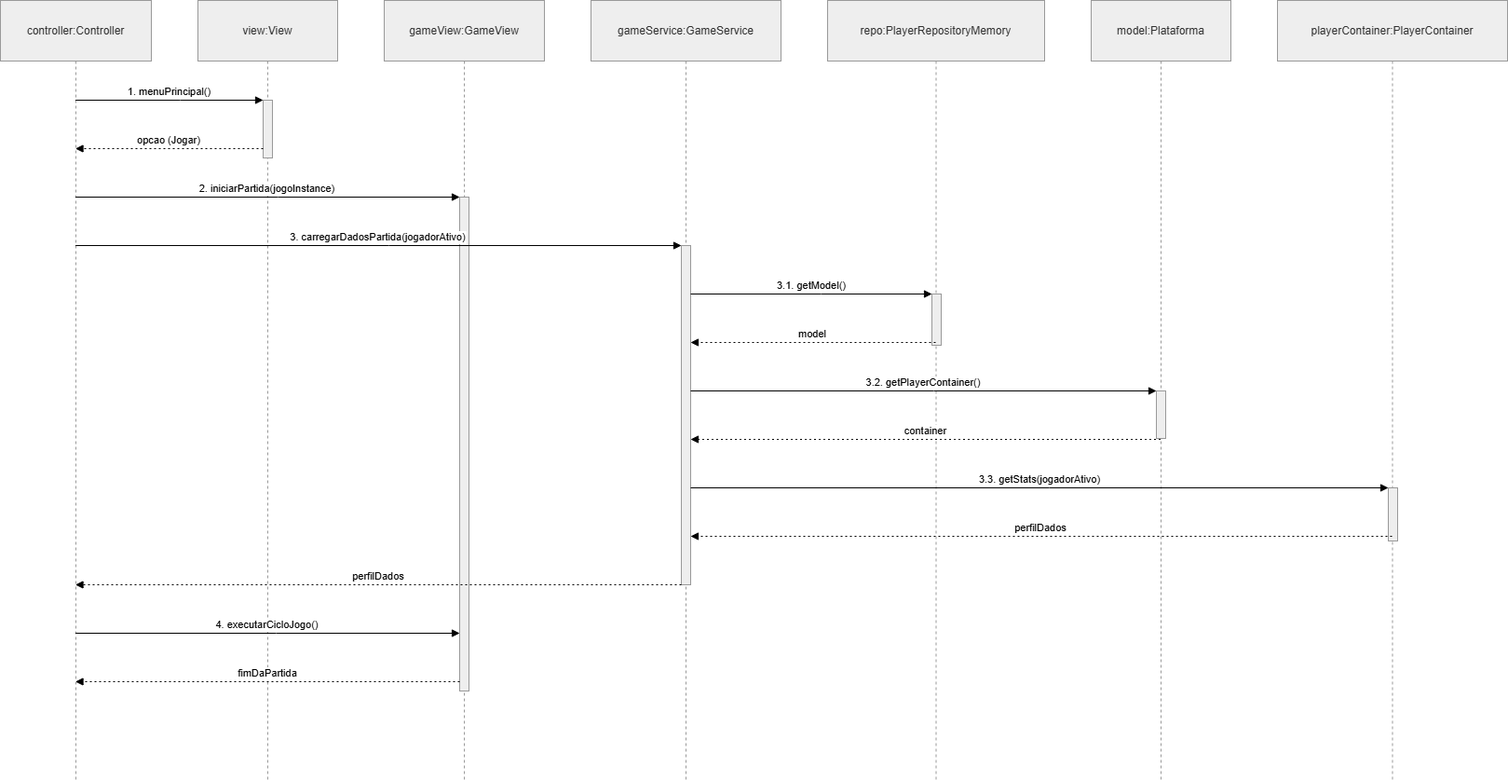
Sw33t23/fsoft2026_1DA_1 keeps this draw.io diagram as Iteração2/PNG Diagrams/UC4.1.png. Above is the earlier version. Source tidied: cells renumbered, new cells last; positions are measured from the earlier drawing's top-left corner, leaving out a move shared by most shapes.
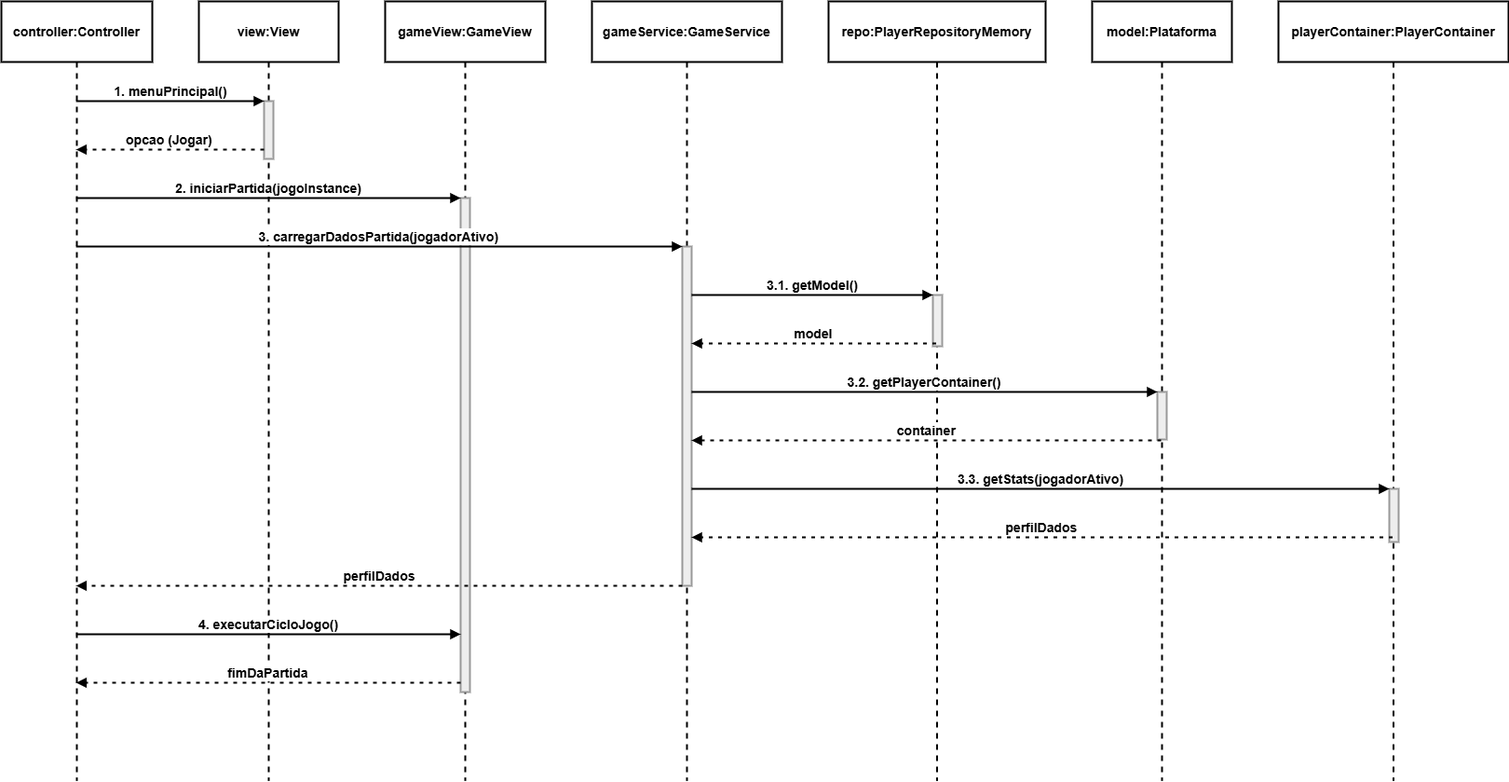
After the commit.

The edit, as a diff of the source:
```diff
@@ -2,130 +2,130 @@
   <root>
     <mxCell id="0" />
     <mxCell id="1" parent="0" />
-    <mxCell id="2" value="controller:Controller" style="shape=umlLifeline;perimeter=lifelinePerimeter;whiteSpace=wrap;outlineConnect=0;portConstraint=eastwest;newEdgeStyle={&quot;edgeStyle&quot;:&quot;elbowEdgeStyle&quot;,&quot;elbow&quot;:&quot;vertical&quot;,&quot;curved&quot;:0,&quot;rounded&quot;:0};size=65;fillColor=light-dark(#eeeeee,#1f2020);strokeColor=light-dark(#999999,#cccccc);fontColor=light-dark(#333333,#cccccc);" parent="1" vertex="1">
+    <mxCell id="2" value="controller:Controller" style="shape=umlLifeline;perimeter=lifelinePerimeter;whiteSpace=wrap;outlineConnect=0;portConstraint=eastwest;newEdgeStyle={&quot;edgeStyle&quot;:&quot;elbowEdgeStyle&quot;,&quot;elbow&quot;:&quot;vertical&quot;,&quot;curved&quot;:0,&quot;rounded&quot;:0};size=65;fillColor=none;strokeWidth=2;fontSize=14;fontStyle=1;" parent="1" vertex="1">
       <mxGeometry width="162" height="836" as="geometry" />
     </mxCell>
-    <mxCell id="3" value="view:View" style="shape=umlLifeline;perimeter=lifelinePerimeter;whiteSpace=wrap;newEdgeStyle={&quot;edgeStyle&quot;:&quot;elbowEdgeStyle&quot;,&quot;elbow&quot;:&quot;vertical&quot;,&quot;curved&quot;:0,&quot;rounded&quot;:0};size=65;fillColor=light-dark(#eeeeee,#1f2020);strokeColor=light-dark(#999999,#cccccc);fontColor=light-dark(#333333,#cccccc);" parent="1" vertex="1">
+    <mxCell id="3" value="view:View" style="shape=umlLifeline;perimeter=lifelinePerimeter;whiteSpace=wrap;newEdgeStyle={&quot;edgeStyle&quot;:&quot;elbowEdgeStyle&quot;,&quot;elbow&quot;:&quot;vertical&quot;,&quot;curved&quot;:0,&quot;rounded&quot;:0};size=65;fillColor=none;strokeWidth=2;fontSize=14;fontStyle=1;" parent="1" vertex="1">
       <mxGeometry x="212" width="150" height="836" as="geometry" />
     </mxCell>
-    <mxCell id="4" style="points=[];perimeter=orthogonalPerimeter;outlineConnect=0;targetShapes=umlLifeline;portConstraint=eastwest;newEdgeStyle={&quot;edgeStyle&quot;:&quot;elbowEdgeStyle&quot;,&quot;elbow&quot;:&quot;vertical&quot;,&quot;curved&quot;:0,&quot;rounded&quot;:0};fillColor=light-dark(#eeeeee,#1f2020);strokeColor=light-dark(#999999,#cccccc);fontColor=light-dark(#333333,#cccccc);" parent="3" vertex="1">
+    <mxCell id="4" style="points=[];perimeter=orthogonalPerimeter;outlineConnect=0;targetShapes=umlLifeline;portConstraint=eastwest;newEdgeStyle={&quot;edgeStyle&quot;:&quot;elbowEdgeStyle&quot;,&quot;elbow&quot;:&quot;vertical&quot;,&quot;curved&quot;:0,&quot;rounded&quot;:0};fillColor=light-dark(#eeeeee,#1f2020);strokeColor=light-dark(#999999,#cccccc);fontColor=light-dark(#333333,#cccccc);strokeWidth=2;fontSize=14;fontStyle=1;" parent="3" vertex="1">
       <mxGeometry x="70" y="107" width="10" height="62" as="geometry" />
     </mxCell>
-    <mxCell id="5" value="gameView:GameView" style="shape=umlLifeline;perimeter=lifelinePerimeter;whiteSpace=wrap;newEdgeStyle={&quot;edgeStyle&quot;:&quot;elbowEdgeStyle&quot;,&quot;elbow&quot;:&quot;vertical&quot;,&quot;curved&quot;:0,&quot;rounded&quot;:0};size=65;fillColor=light-dark(#eeeeee,#1f2020);strokeColor=light-dark(#999999,#cccccc);fontColor=light-dark(#333333,#cccccc);" parent="1" vertex="1">
+    <mxCell id="5" value="gameView:GameView" style="shape=umlLifeline;perimeter=lifelinePerimeter;whiteSpace=wrap;newEdgeStyle={&quot;edgeStyle&quot;:&quot;elbowEdgeStyle&quot;,&quot;elbow&quot;:&quot;vertical&quot;,&quot;curved&quot;:0,&quot;rounded&quot;:0};size=65;fillColor=none;strokeWidth=2;fontSize=14;fontStyle=1;" parent="1" vertex="1">
       <mxGeometry x="412" width="172" height="836" as="geometry" />
     </mxCell>
-    <mxCell id="6" style="points=[];perimeter=orthogonalPerimeter;outlineConnect=0;targetShapes=umlLifeline;portConstraint=eastwest;newEdgeStyle={&quot;edgeStyle&quot;:&quot;elbowEdgeStyle&quot;,&quot;elbow&quot;:&quot;vertical&quot;,&quot;curved&quot;:0,&quot;rounded&quot;:0};fillColor=light-dark(#eeeeee,#1f2020);strokeColor=light-dark(#999999,#cccccc);fontColor=light-dark(#333333,#cccccc);" parent="5" vertex="1">
+    <mxCell id="6" style="points=[];perimeter=orthogonalPerimeter;outlineConnect=0;targetShapes=umlLifeline;portConstraint=eastwest;newEdgeStyle={&quot;edgeStyle&quot;:&quot;elbowEdgeStyle&quot;,&quot;elbow&quot;:&quot;vertical&quot;,&quot;curved&quot;:0,&quot;rounded&quot;:0};fillColor=light-dark(#eeeeee,#1f2020);strokeColor=light-dark(#999999,#cccccc);fontColor=light-dark(#333333,#cccccc);strokeWidth=2;fontSize=14;fontStyle=1;" parent="5" vertex="1">
       <mxGeometry x="81" y="211" width="10" height="530" as="geometry" />
     </mxCell>
-    <mxCell id="7" value="gameService:GameService" style="shape=umlLifeline;perimeter=lifelinePerimeter;whiteSpace=wrap;newEdgeStyle={&quot;edgeStyle&quot;:&quot;elbowEdgeStyle&quot;,&quot;elbow&quot;:&quot;vertical&quot;,&quot;curved&quot;:0,&quot;rounded&quot;:0};size=65;fillColor=light-dark(#eeeeee,#1f2020);strokeColor=light-dark(#999999,#cccccc);fontColor=light-dark(#333333,#cccccc);" parent="1" vertex="1">
+    <mxCell id="7" value="gameService:GameService" style="shape=umlLifeline;perimeter=lifelinePerimeter;whiteSpace=wrap;newEdgeStyle={&quot;edgeStyle&quot;:&quot;elbowEdgeStyle&quot;,&quot;elbow&quot;:&quot;vertical&quot;,&quot;curved&quot;:0,&quot;rounded&quot;:0};size=65;fillColor=none;strokeWidth=2;fontSize=14;fontStyle=1;" parent="1" vertex="1">
       <mxGeometry x="634" width="204" height="836" as="geometry" />
     </mxCell>
-    <mxCell id="8" style="points=[];perimeter=orthogonalPerimeter;outlineConnect=0;targetShapes=umlLifeline;portConstraint=eastwest;newEdgeStyle={&quot;edgeStyle&quot;:&quot;elbowEdgeStyle&quot;,&quot;elbow&quot;:&quot;vertical&quot;,&quot;curved&quot;:0,&quot;rounded&quot;:0};fillColor=light-dark(#eeeeee,#1f2020);strokeColor=light-dark(#999999,#cccccc);fontColor=light-dark(#333333,#cccccc);" parent="7" vertex="1">
+    <mxCell id="8" style="points=[];perimeter=orthogonalPerimeter;outlineConnect=0;targetShapes=umlLifeline;portConstraint=eastwest;newEdgeStyle={&quot;edgeStyle&quot;:&quot;elbowEdgeStyle&quot;,&quot;elbow&quot;:&quot;vertical&quot;,&quot;curved&quot;:0,&quot;rounded&quot;:0};fillColor=light-dark(#eeeeee,#1f2020);strokeColor=light-dark(#999999,#cccccc);fontColor=light-dark(#333333,#cccccc);strokeWidth=2;fontSize=14;fontStyle=1;" parent="7" vertex="1">
       <mxGeometry x="97" y="263" width="10" height="364" as="geometry" />
     </mxCell>
-    <mxCell id="9" value="repo:PlayerRepositoryMemory" style="shape=umlLifeline;perimeter=lifelinePerimeter;whiteSpace=wrap;outlineConnect=0;portConstraint=eastwest;newEdgeStyle={&quot;edgeStyle&quot;:&quot;elbowEdgeStyle&quot;,&quot;elbow&quot;:&quot;vertical&quot;,&quot;curved&quot;:0,&quot;rounded&quot;:0};size=65;fillColor=light-dark(#eeeeee,#1f2020);strokeColor=light-dark(#999999,#cccccc);fontColor=light-dark(#333333,#cccccc);" parent="1" vertex="1">
+    <mxCell id="9" value="repo:PlayerRepositoryMemory" style="shape=umlLifeline;perimeter=lifelinePerimeter;whiteSpace=wrap;outlineConnect=0;portConstraint=eastwest;newEdgeStyle={&quot;edgeStyle&quot;:&quot;elbowEdgeStyle&quot;,&quot;elbow&quot;:&quot;vertical&quot;,&quot;curved&quot;:0,&quot;rounded&quot;:0};size=65;fillColor=none;strokeWidth=2;fontSize=14;fontStyle=1;" parent="1" vertex="1">
       <mxGeometry x="888" width="233" height="836" as="geometry" />
     </mxCell>
-    <mxCell id="10" style="points=[];perimeter=orthogonalPerimeter;outlineConnect=0;targetShapes=umlLifeline;portConstraint=eastwest;newEdgeStyle={&quot;edgeStyle&quot;:&quot;elbowEdgeStyle&quot;,&quot;elbow&quot;:&quot;vertical&quot;,&quot;curved&quot;:0,&quot;rounded&quot;:0};fillColor=light-dark(#eeeeee,#1f2020);strokeColor=light-dark(#999999,#cccccc);fontColor=light-dark(#333333,#cccccc);" parent="9" vertex="1">
+    <mxCell id="10" style="points=[];perimeter=orthogonalPerimeter;outlineConnect=0;targetShapes=umlLifeline;portConstraint=eastwest;newEdgeStyle={&quot;edgeStyle&quot;:&quot;elbowEdgeStyle&quot;,&quot;elbow&quot;:&quot;vertical&quot;,&quot;curved&quot;:0,&quot;rounded&quot;:0};fillColor=light-dark(#eeeeee,#1f2020);strokeColor=light-dark(#999999,#cccccc);fontColor=light-dark(#333333,#cccccc);strokeWidth=2;fontSize=14;fontStyle=1;" parent="9" vertex="1">
       <mxGeometry x="112" y="315" width="10" height="55" as="geometry" />
     </mxCell>
-    <mxCell id="11" value="model:Plataforma" style="shape=umlLifeline;perimeter=lifelinePerimeter;whiteSpace=wrap;outlineConnect=0;portConstraint=eastwest;newEdgeStyle={&quot;edgeStyle&quot;:&quot;elbowEdgeStyle&quot;,&quot;elbow&quot;:&quot;vertical&quot;,&quot;curved&quot;:0,&quot;rounded&quot;:0};size=65;fillColor=light-dark(#eeeeee,#1f2020);strokeColor=light-dark(#999999,#cccccc);fontColor=light-dark(#333333,#cccccc);" parent="1" vertex="1">
+    <mxCell id="11" value="model:Plataforma" style="shape=umlLifeline;perimeter=lifelinePerimeter;whiteSpace=wrap;outlineConnect=0;portConstraint=eastwest;newEdgeStyle={&quot;edgeStyle&quot;:&quot;elbowEdgeStyle&quot;,&quot;elbow&quot;:&quot;vertical&quot;,&quot;curved&quot;:0,&quot;rounded&quot;:0};size=65;fillColor=none;strokeWidth=2;fontSize=14;fontStyle=1;" parent="1" vertex="1">
       <mxGeometry x="1171" width="150" height="836" as="geometry" />
     </mxCell>
-    <mxCell id="12" style="points=[];perimeter=orthogonalPerimeter;outlineConnect=0;targetShapes=umlLifeline;portConstraint=eastwest;newEdgeStyle={&quot;edgeStyle&quot;:&quot;elbowEdgeStyle&quot;,&quot;elbow&quot;:&quot;vertical&quot;,&quot;curved&quot;:0,&quot;rounded&quot;:0};fillColor=light-dark(#eeeeee,#1f2020);strokeColor=light-dark(#999999,#cccccc);fontColor=light-dark(#333333,#cccccc);" parent="11" vertex="1">
+    <mxCell id="12" style="points=[];perimeter=orthogonalPerimeter;outlineConnect=0;targetShapes=umlLifeline;portConstraint=eastwest;newEdgeStyle={&quot;edgeStyle&quot;:&quot;elbowEdgeStyle&quot;,&quot;elbow&quot;:&quot;vertical&quot;,&quot;curved&quot;:0,&quot;rounded&quot;:0};fillColor=light-dark(#eeeeee,#1f2020);strokeColor=light-dark(#999999,#cccccc);fontColor=light-dark(#333333,#cccccc);strokeWidth=2;fontSize=14;fontStyle=1;" parent="11" vertex="1">
       <mxGeometry x="70" y="419" width="10" height="51" as="geometry" />
     </mxCell>
-    <mxCell id="13" value="playerContainer:PlayerContainer" style="shape=umlLifeline;perimeter=lifelinePerimeter;whiteSpace=wrap;outlineConnect=0;portConstraint=eastwest;newEdgeStyle={&quot;edgeStyle&quot;:&quot;elbowEdgeStyle&quot;,&quot;elbow&quot;:&quot;vertical&quot;,&quot;curved&quot;:0,&quot;rounded&quot;:0};size=65;fillColor=light-dark(#eeeeee,#1f2020);strokeColor=light-dark(#999999,#cccccc);fontColor=light-dark(#333333,#cccccc);" parent="1" vertex="1">
+    <mxCell id="13" value="playerContainer:PlayerContainer" style="shape=umlLifeline;perimeter=lifelinePerimeter;whiteSpace=wrap;outlineConnect=0;portConstraint=eastwest;newEdgeStyle={&quot;edgeStyle&quot;:&quot;elbowEdgeStyle&quot;,&quot;elbow&quot;:&quot;vertical&quot;,&quot;curved&quot;:0,&quot;rounded&quot;:0};size=65;fillColor=none;strokeWidth=2;fontSize=14;fontStyle=1;" parent="1" vertex="1">
       <mxGeometry x="1371" width="247" height="836" as="geometry" />
     </mxCell>
-    <mxCell id="14" style="points=[];perimeter=orthogonalPerimeter;outlineConnect=0;targetShapes=umlLifeline;portConstraint=eastwest;newEdgeStyle={&quot;edgeStyle&quot;:&quot;elbowEdgeStyle&quot;,&quot;elbow&quot;:&quot;vertical&quot;,&quot;curved&quot;:0,&quot;rounded&quot;:0};fillColor=light-dark(#eeeeee,#1f2020);strokeColor=light-dark(#999999,#cccccc);fontColor=light-dark(#333333,#cccccc);" parent="13" vertex="1">
+    <mxCell id="14" style="points=[];perimeter=orthogonalPerimeter;outlineConnect=0;targetShapes=umlLifeline;portConstraint=eastwest;newEdgeStyle={&quot;edgeStyle&quot;:&quot;elbowEdgeStyle&quot;,&quot;elbow&quot;:&quot;vertical&quot;,&quot;curved&quot;:0,&quot;rounded&quot;:0};fillColor=light-dark(#eeeeee,#1f2020);strokeColor=light-dark(#999999,#cccccc);fontColor=light-dark(#333333,#cccccc);strokeWidth=2;fontSize=14;fontStyle=1;" parent="13" vertex="1">
       <mxGeometry x="119" y="523" width="10" height="57" as="geometry" />
     </mxCell>
-    <mxCell id="15" value="1. menuPrincipal()" style="verticalAlign=bottom;edgeStyle=elbowEdgeStyle;elbow=vertical;curved=0;rounded=0;endArrow=block;" parent="1" edge="1" source="2" target="4">
+    <mxCell id="15" value="1. menuPrincipal()" style="verticalAlign=bottom;edgeStyle=elbowEdgeStyle;elbow=vertical;curved=0;rounded=0;endArrow=block;strokeWidth=2;fontSize=14;fontStyle=1;" parent="1" edge="1" source="2" target="4">
       <mxGeometry relative="1" as="geometry">
         <Array as="points">
           <mxPoint x="193" y="107" />
         </Array>
       </mxGeometry>
     </mxCell>
-    <mxCell id="16" value="opcao (Jogar)" style="verticalAlign=bottom;edgeStyle=elbowEdgeStyle;elbow=vertical;curved=0;rounded=0;dashed=1;dashPattern=2 3;endArrow=block;" parent="1" edge="1" source="4" target="2">
+    <mxCell id="16" value="opcao (Jogar)" style="verticalAlign=bottom;edgeStyle=elbowEdgeStyle;elbow=vertical;curved=0;rounded=0;dashed=1;dashPattern=2 3;endArrow=block;strokeWidth=2;fontSize=14;fontStyle=1;" parent="1" edge="1" source="4" target="2">
       <mxGeometry relative="1" as="geometry">
         <Array as="points">
           <mxPoint x="194" y="159" />
         </Array>
       </mxGeometry>
     </mxCell>
-    <mxCell id="17" value="2. iniciarPartida(jogoInstance)" style="verticalAlign=bottom;edgeStyle=elbowEdgeStyle;elbow=vertical;curved=0;rounded=0;endArrow=block;" parent="1" edge="1" source="2" target="6">
+    <mxCell id="17" value="2. iniciarPartida(jogoInstance)" style="verticalAlign=bottom;edgeStyle=elbowEdgeStyle;elbow=vertical;curved=0;rounded=0;endArrow=block;strokeWidth=2;fontSize=14;fontStyle=1;" parent="1" edge="1" source="2" target="6">
       <mxGeometry relative="1" as="geometry">
         <Array as="points">
           <mxPoint x="298" y="211" />
         </Array>
       </mxGeometry>
     </mxCell>
-    <mxCell id="18" value="3. carregarDadosPartida(jogadorAtivo)" style="verticalAlign=bottom;edgeStyle=elbowEdgeStyle;elbow=vertical;curved=0;rounded=0;endArrow=block;" parent="1" edge="1" source="2" target="8">
+    <mxCell id="18" value="3. carregarDadosPartida(jogadorAtivo)" style="verticalAlign=bottom;edgeStyle=elbowEdgeStyle;elbow=vertical;curved=0;rounded=0;endArrow=block;strokeWidth=2;fontSize=14;fontStyle=1;" parent="1" edge="1" source="2" target="8">
       <mxGeometry relative="1" as="geometry">
         <Array as="points">
           <mxPoint x="417" y="263" />
         </Array>
       </mxGeometry>
     </mxCell>
-    <mxCell id="19" value="3.1. getModel()" style="verticalAlign=bottom;edgeStyle=elbowEdgeStyle;elbow=vertical;curved=0;rounded=0;endArrow=block;" parent="1" edge="1" source="8" target="10">
+    <mxCell id="19" value="3.1. getModel()" style="verticalAlign=bottom;edgeStyle=elbowEdgeStyle;elbow=vertical;curved=0;rounded=0;endArrow=block;strokeWidth=2;fontSize=14;fontStyle=1;" parent="1" edge="1" source="8" target="10">
       <mxGeometry relative="1" as="geometry">
         <Array as="points">
           <mxPoint x="881" y="315" />
         </Array>
       </mxGeometry>
     </mxCell>
-    <mxCell id="20" value="model" style="verticalAlign=bottom;edgeStyle=elbowEdgeStyle;elbow=vertical;curved=0;rounded=0;dashed=1;dashPattern=2 3;endArrow=block;" parent="1" edge="1" source="9" target="8">
+    <mxCell id="20" value="model" style="verticalAlign=bottom;edgeStyle=elbowEdgeStyle;elbow=vertical;curved=0;rounded=0;dashed=1;dashPattern=2 3;endArrow=block;strokeWidth=2;fontSize=14;fontStyle=1;" parent="1" edge="1" source="9" target="8">
       <mxGeometry relative="1" as="geometry">
         <Array as="points">
           <mxPoint x="882" y="367" />
         </Array>
       </mxGeometry>
     </mxCell>
-    <mxCell id="21" value="3.2. getPlayerContainer()" style="verticalAlign=bottom;edgeStyle=elbowEdgeStyle;elbow=vertical;curved=0;rounded=0;endArrow=block;" parent="1" edge="1" source="8" target="12">
+    <mxCell id="21" value="3.2. getPlayerContainer()" style="verticalAlign=bottom;edgeStyle=elbowEdgeStyle;elbow=vertical;curved=0;rounded=0;endArrow=block;strokeWidth=2;fontSize=14;fontStyle=1;" parent="1" edge="1" source="8" target="12">
       <mxGeometry relative="1" as="geometry">
         <Array as="points">
           <mxPoint x="1002" y="419" />
         </Array>
       </mxGeometry>
     </mxCell>
-    <mxCell id="22" value="container" style="verticalAlign=bottom;edgeStyle=elbowEdgeStyle;elbow=vertical;curved=0;rounded=0;dashed=1;dashPattern=2 3;endArrow=block;" parent="1" edge="1" source="11" target="8">
+    <mxCell id="22" value="container" style="verticalAlign=bottom;edgeStyle=elbowEdgeStyle;elbow=vertical;curved=0;rounded=0;dashed=1;dashPattern=2 3;endArrow=block;strokeWidth=2;fontSize=14;fontStyle=1;" parent="1" edge="1" source="11" target="8">
       <mxGeometry relative="1" as="geometry">
         <Array as="points">
           <mxPoint x="1003" y="471" />
         </Array>
       </mxGeometry>
     </mxCell>
-    <mxCell id="23" value="3.3. getStats(jogadorAtivo)" style="verticalAlign=bottom;edgeStyle=elbowEdgeStyle;elbow=vertical;curved=0;rounded=0;endArrow=block;" parent="1" edge="1" source="8" target="14">
+    <mxCell id="23" value="3.3. getStats(jogadorAtivo)" style="verticalAlign=bottom;edgeStyle=elbowEdgeStyle;elbow=vertical;curved=0;rounded=0;endArrow=block;strokeWidth=2;fontSize=14;fontStyle=1;" parent="1" edge="1" source="8" target="14">
       <mxGeometry relative="1" as="geometry">
         <Array as="points">
           <mxPoint x="1126" y="523" />
         </Array>
       </mxGeometry>
     </mxCell>
-    <mxCell id="24" value="perfilDados" style="verticalAlign=bottom;edgeStyle=elbowEdgeStyle;elbow=vertical;curved=0;rounded=0;dashed=1;dashPattern=2 3;endArrow=block;" parent="1" edge="1" source="13" target="8">
+    <mxCell id="24" value="perfilDados" style="verticalAlign=bottom;edgeStyle=elbowEdgeStyle;elbow=vertical;curved=0;rounded=0;dashed=1;dashPattern=2 3;endArrow=block;strokeWidth=2;fontSize=14;fontStyle=1;" parent="1" edge="1" source="13" target="8">
       <mxGeometry relative="1" as="geometry">
         <Array as="points">
           <mxPoint x="1127" y="575" />
         </Array>
       </mxGeometry>
     </mxCell>
-    <mxCell id="25" value="perfilDados" style="verticalAlign=bottom;edgeStyle=elbowEdgeStyle;elbow=vertical;curved=0;rounded=0;dashed=1;dashPattern=2 3;endArrow=block;" parent="1" edge="1" source="8" target="2">
+    <mxCell id="25" value="perfilDados" style="verticalAlign=bottom;edgeStyle=elbowEdgeStyle;elbow=vertical;curved=0;rounded=0;dashed=1;dashPattern=2 3;endArrow=block;strokeWidth=2;fontSize=14;fontStyle=1;" parent="1" edge="1" source="8" target="2">
       <mxGeometry relative="1" as="geometry">
         <Array as="points">
           <mxPoint x="418" y="627" />
         </Array>
       </mxGeometry>
     </mxCell>
-    <mxCell id="26" value="4. executarCicloJogo()" style="verticalAlign=bottom;edgeStyle=elbowEdgeStyle;elbow=vertical;curved=0;rounded=0;endArrow=block;" parent="1" edge="1" source="2" target="6">
+    <mxCell id="26" value="4. executarCicloJogo()" style="verticalAlign=bottom;edgeStyle=elbowEdgeStyle;elbow=vertical;curved=0;rounded=0;endArrow=block;strokeWidth=2;fontSize=14;fontStyle=1;" parent="1" edge="1" source="2" target="6">
       <mxGeometry relative="1" as="geometry">
         <Array as="points">
           <mxPoint x="296" y="679" />
         </Array>
       </mxGeometry>
     </mxCell>
-    <mxCell id="27" value="fimDaPartida" style="verticalAlign=bottom;edgeStyle=elbowEdgeStyle;elbow=vertical;curved=0;rounded=0;dashed=1;dashPattern=2 3;endArrow=block;" parent="1" edge="1" source="6" target="2">
+    <mxCell id="27" value="fimDaPartida" style="verticalAlign=bottom;edgeStyle=elbowEdgeStyle;elbow=vertical;curved=0;rounded=0;dashed=1;dashPattern=2 3;endArrow=block;strokeWidth=2;fontSize=14;fontStyle=1;" parent="1" edge="1" source="6" target="2">
       <mxGeometry relative="1" as="geometry">
         <Array as="points">
           <mxPoint x="299" y="731" />
```
